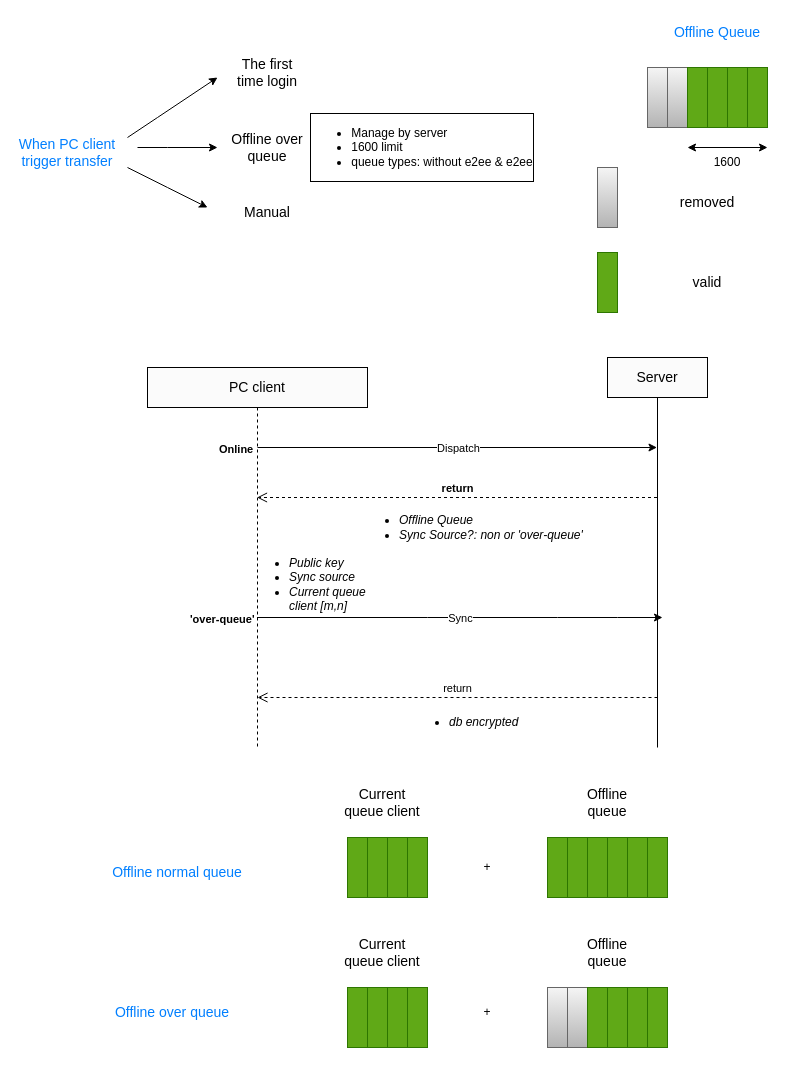
Earlier version of the draw.io diagram transfer-msg-oveview.drawio (buingoctai/Documents). Source tidied: cells renumbered, new cells numbered last; positions are measured from the earlier drawing's top-left corner, leaving out a move shared by most shapes. Both pictures are drawn from the tidied source at 100%, with x=0, y=0 at pixel (17, 17).
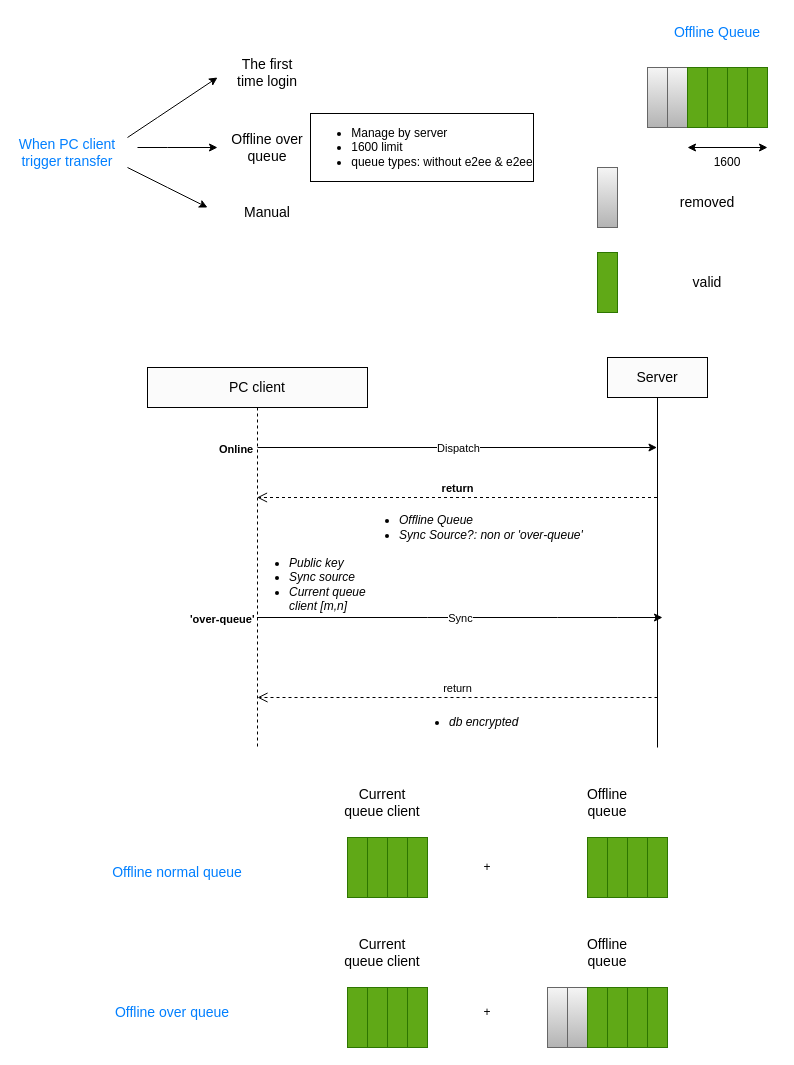
The same diagram, later.

Diff of the diagram source:
```diff
@@
-    <mxCell id="42" style="rounded=0;whiteSpace=wrap;html=1;fillColor=#60a917;strokeColor=#2D7600;fontColor=#ffffff;" parent="1" vertex="1">
-      <mxGeometry x="550" y="820" width="20" height="60" as="geometry" />
-    </mxCell>
@@
-    <mxCell id="46" style="rounded=0;whiteSpace=wrap;html=1;fillColor=#60a917;strokeColor=#2D7600;fontColor=#ffffff;" parent="1" vertex="1">
-      <mxGeometry x="530" y="820" width="20" height="60" as="geometry" />
-    </mxCell>
```
